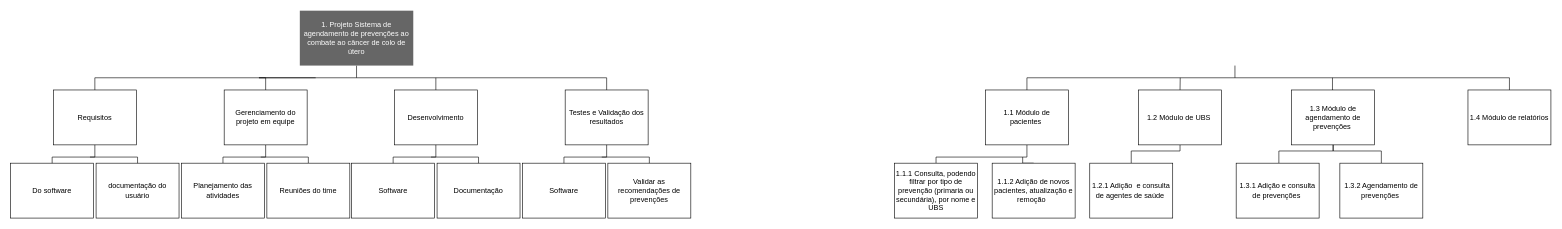
viniciusbds/draw-io keeps this draw.io diagram as siscan-gestao-proj.drawio. Above is the earlier version. Source tidied: cells renumbered, new cells numbered last; positions are measured from the earlier drawing's top-left corner, leaving out a move shared by most shapes. Both pictures are drawn from the tidied source at 61%, with x=0, y=0 at pixel (10, 10).
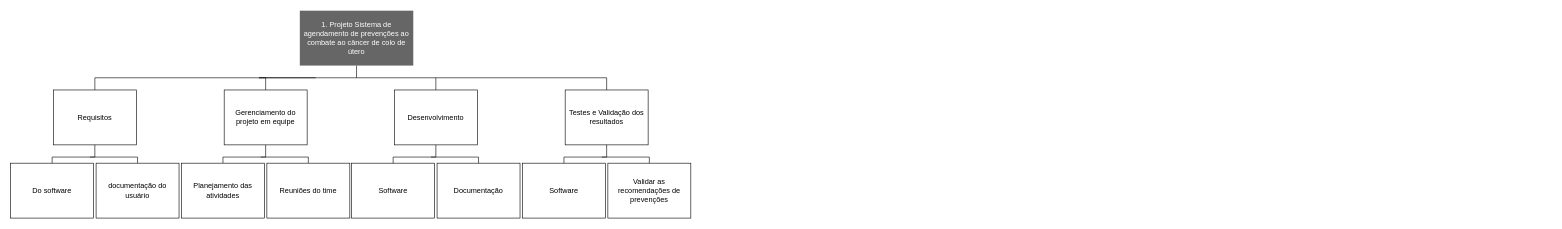
Above is the later version.

Change to the diagram source:
```diff
@@
-    <mxCell id="18" style="edgeStyle=orthogonalEdgeStyle;rounded=0;orthogonalLoop=1;jettySize=auto;html=1;exitX=0.5;exitY=1;exitDx=0;exitDy=0;endArrow=none;endFill=0;" parent="1" edge="1">
-      <mxGeometry relative="1" as="geometry">
-        <mxPoint x="2007" y="90" as="sourcePoint" />
-        <mxPoint x="2007" y="110" as="targetPoint" />
-      </mxGeometry>
-    </mxCell>
-    <mxCell id="19" style="edgeStyle=orthogonalEdgeStyle;rounded=0;jettySize=auto;html=1;exitX=0.5;exitY=1;exitDx=0;exitDy=0;entryX=0.5;entryY=0;entryDx=0;entryDy=0;endArrow=none;endFill=0;" parent="1" edge="1" source="20" target="29">
-      <mxGeometry relative="1" as="geometry">
-        <Array as="points">
-          <mxPoint x="1666" y="240" />
-          <mxPoint x="1517" y="240" />
-        </Array>
-      </mxGeometry>
-    </mxCell>
-    <mxCell id="20" value="1.1 Módulo de pacientes&amp;nbsp;" style="rounded=0;whiteSpace=wrap;html=1;" parent="1" vertex="1">
-      <mxGeometry x="1598" y="130" width="136" height="90" as="geometry" />
-    </mxCell>
-    <mxCell id="21" style="edgeStyle=orthogonalEdgeStyle;rounded=0;jettySize=auto;html=1;exitX=0.5;exitY=0;exitDx=0;exitDy=0;entryX=0.5;entryY=1;entryDx=0;entryDy=0;endArrow=none;endFill=0;" parent="1" edge="1" source="22" target="24">
-      <mxGeometry relative="1" as="geometry" />
-    </mxCell>
-    <mxCell id="22" value="1.2.1 Adição&amp;nbsp; e consulta de agentes de saúde&amp;nbsp;" style="rounded=0;whiteSpace=wrap;html=1;" parent="1" vertex="1">
-      <mxGeometry x="1769" y="250" width="136" height="90" as="geometry" />
-    </mxCell>
-    <mxCell id="23" style="edgeStyle=orthogonalEdgeStyle;rounded=0;jettySize=auto;html=1;exitX=0.5;exitY=0;exitDx=0;exitDy=0;endArrow=none;endFill=0;" parent="1" edge="1" source="24">
-      <mxGeometry relative="1" as="geometry">
-        <mxPoint x="1917.3" y="110" as="targetPoint" />
-      </mxGeometry>
-    </mxCell>
-    <mxCell id="24" value="1.2 Módulo de UBS&amp;nbsp;" style="rounded=0;whiteSpace=wrap;html=1;" parent="1" vertex="1">
-      <mxGeometry x="1849" y="130" width="136" height="90" as="geometry" />
-    </mxCell>
-    <mxCell id="25" style="edgeStyle=orthogonalEdgeStyle;rounded=0;jettySize=auto;html=1;exitX=0.5;exitY=0;exitDx=0;exitDy=0;endArrow=none;endFill=0;" parent="1" edge="1" source="26">
-      <mxGeometry relative="1" as="geometry">
-        <mxPoint x="2166.9" y="110" as="targetPoint" />
-      </mxGeometry>
-    </mxCell>
-    <mxCell id="26" value="1.3 Módulo de agendamento de prevenções&amp;nbsp;" style="rounded=0;whiteSpace=wrap;html=1;" parent="1" vertex="1">
-      <mxGeometry x="2100" y="130" width="136" height="90" as="geometry" />
-    </mxCell>
-    <mxCell id="27" value="1.4 Módulo de relatórios" style="rounded=0;whiteSpace=wrap;html=1;" parent="1" vertex="1">
-      <mxGeometry x="2389" y="130" width="136" height="90" as="geometry" />
-    </mxCell>
-    <mxCell id="28" style="edgeStyle=orthogonalEdgeStyle;rounded=0;jettySize=auto;html=1;endArrow=none;endFill=0;exitX=0.5;exitY=0;exitDx=0;exitDy=0;entryX=0.5;entryY=0;entryDx=0;entryDy=0;" parent="1" edge="1" source="20" target="27">
-      <mxGeometry relative="1" as="geometry">
-        <Array as="points">
-          <mxPoint x="1666" y="110" />
-          <mxPoint x="2457" y="110" />
-        </Array>
-      </mxGeometry>
-    </mxCell>
-    <mxCell id="29" value="1.1.1 Consulta, podendo filtrar por tipo de prevenção (primaria ou secundária), por nome e UBS" style="rounded=0;whiteSpace=wrap;html=1;" parent="1" vertex="1">
-      <mxGeometry x="1449" y="250" width="136" height="90" as="geometry" />
-    </mxCell>
-    <mxCell id="30" style="edgeStyle=orthogonalEdgeStyle;rounded=0;jettySize=auto;html=1;exitX=0.5;exitY=0;exitDx=0;exitDy=0;endArrow=none;endFill=0;" parent="1" edge="1" source="31">
-      <mxGeometry relative="1" as="geometry">
-        <mxPoint x="1659" y="240" as="targetPoint" />
-      </mxGeometry>
-    </mxCell>
-    <mxCell id="31" value="1.1.2 Adição de novos pacientes, atualização e remoção&amp;nbsp;&amp;nbsp;" style="rounded=0;whiteSpace=wrap;html=1;" parent="1" vertex="1">
-      <mxGeometry x="1609" y="250" width="136" height="90" as="geometry" />
-    </mxCell>
-    <mxCell id="32" style="edgeStyle=orthogonalEdgeStyle;rounded=0;jettySize=auto;html=1;entryX=0.5;entryY=1;entryDx=0;entryDy=0;endArrow=none;endFill=0;" parent="1" edge="1" source="33" target="26">
-      <mxGeometry relative="1" as="geometry">
-        <Array as="points">
-          <mxPoint x="2079" y="230" />
-          <mxPoint x="2168" y="230" />
-        </Array>
-      </mxGeometry>
-    </mxCell>
-    <mxCell id="33" value="1.3.1 Adição e consulta de prevenções&amp;nbsp;" style="rounded=0;whiteSpace=wrap;html=1;" parent="1" vertex="1">
-      <mxGeometry x="2009" y="250" width="136" height="90" as="geometry" />
-    </mxCell>
-    <mxCell id="34" style="edgeStyle=orthogonalEdgeStyle;rounded=0;jettySize=auto;html=1;exitX=0.5;exitY=0;exitDx=0;exitDy=0;entryX=0.5;entryY=1;entryDx=0;entryDy=0;endArrow=none;endFill=0;" parent="1" edge="1" source="35" target="26">
-      <mxGeometry relative="1" as="geometry" />
-    </mxCell>
-    <mxCell id="35" value="1.3.2 Agendamento de prevenções&amp;nbsp;" style="rounded=0;whiteSpace=wrap;html=1;" parent="1" vertex="1">
-      <mxGeometry x="2179" y="250" width="136" height="90" as="geometry" />
-    </mxCell>
```
